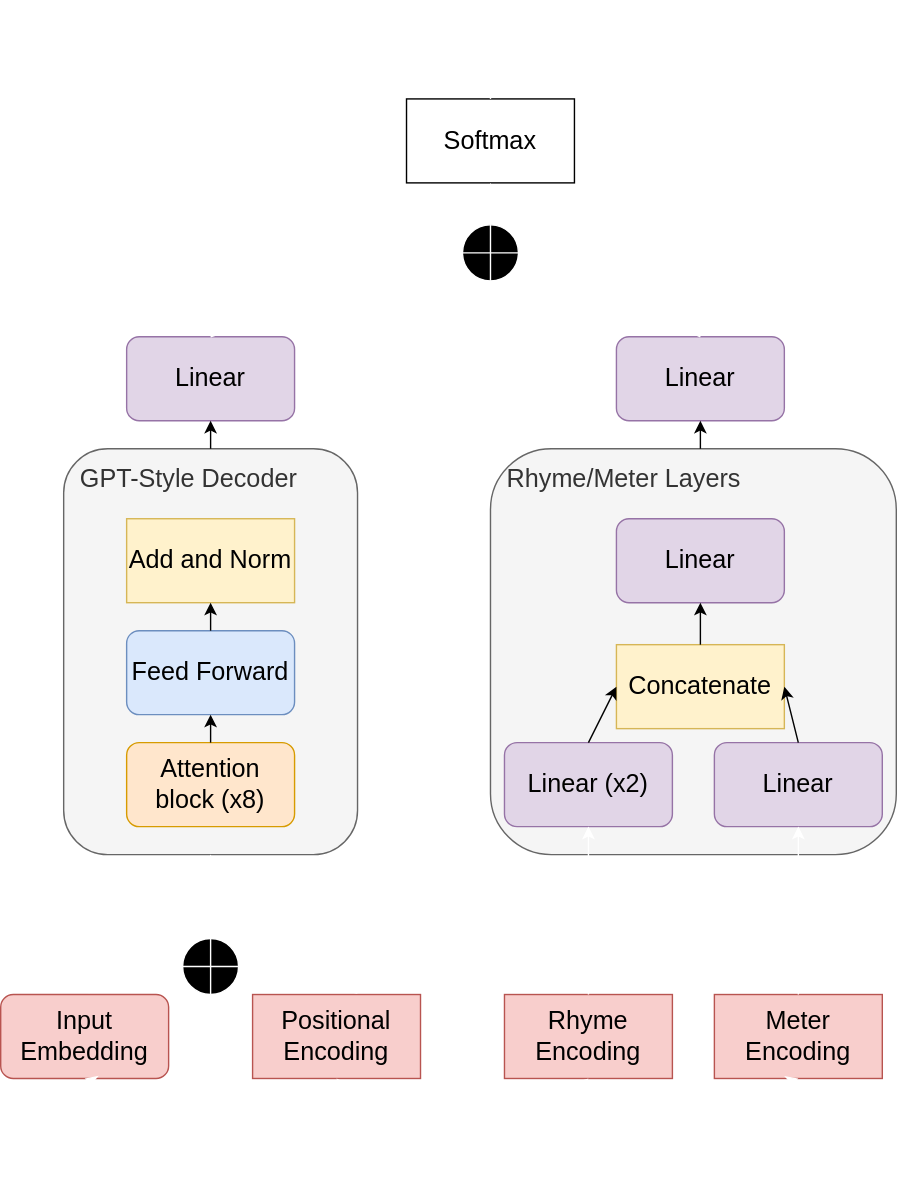
The draw.io diagram model-dark.svg in crackalamoo/bardgpt, before a commit. Source tidied: cells renumbered, new cells last; positions are measured from the earlier drawing's top-left corner, leaving out a move shared by most shapes.
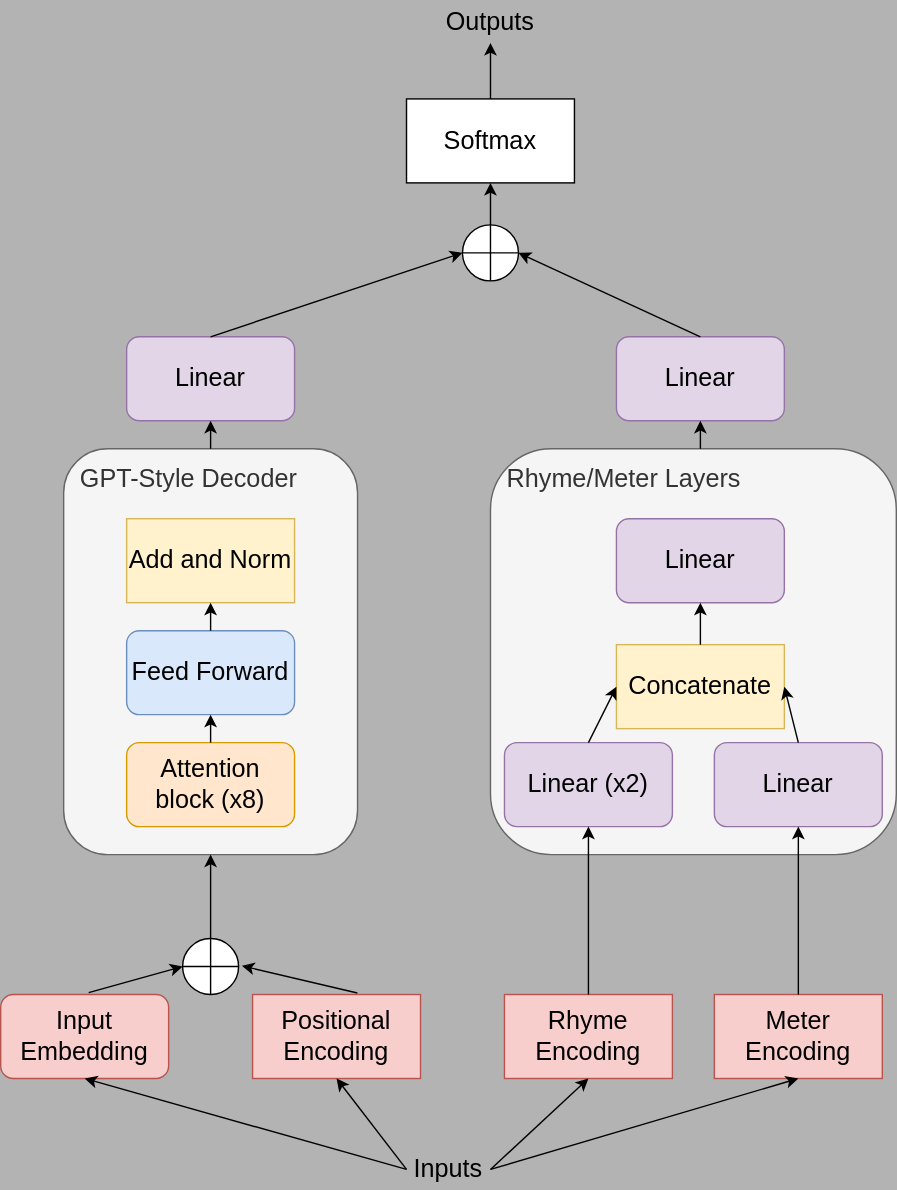
Later version of the same file.

Commit message:
change dark SVG background again

Diff of the diagram source:
```diff
@@ -1,4 +1,4 @@
-<mxGraphModel>
+<mxGraphModel background="#B3B3B3">
   <root>
     <mxCell id="0" />
     <mxCell id="1" parent="0" />
@@ -26,10 +26,10 @@
     <mxCell id="9" value="&lt;font style=&quot;font-size: 18px;&quot;&gt;Linear&lt;/font&gt;" style="rounded=1;whiteSpace=wrap;html=1;fillColor=#e1d5e7;strokeColor=#9673a6;" parent="1" vertex="1">
       <mxGeometry x="90" y="240" width="120" height="60" as="geometry" />
     </mxCell>
-    <mxCell id="10" style="shape=orEllipse;perimeter=ellipsePerimeter;whiteSpace=wrap;html=1;backgroundOutline=1;fillColor=#000000;strokeColor=#FFFFFF;" parent="1" vertex="1">
+    <mxCell id="10" style="shape=orEllipse;perimeter=ellipsePerimeter;whiteSpace=wrap;html=1;backgroundOutline=1;" parent="1" vertex="1">
       <mxGeometry x="130" y="670" width="40" height="40" as="geometry" />
     </mxCell>
-    <mxCell id="11" style="shape=orEllipse;perimeter=ellipsePerimeter;whiteSpace=wrap;html=1;backgroundOutline=1;fillColor=#000000;strokeColor=#FFFFFF;" parent="1" vertex="1">
+    <mxCell id="11" style="shape=orEllipse;perimeter=ellipsePerimeter;whiteSpace=wrap;html=1;backgroundOutline=1;" parent="1" vertex="1">
       <mxGeometry x="330" y="160" width="40" height="40" as="geometry" />
     </mxCell>
     <mxCell id="12" value="&lt;font style=&quot;font-size: 18px;&quot;&gt;Rhyme Encoding&lt;/font&gt;" style="rounded=0;whiteSpace=wrap;html=1;fillColor=#f8cecc;strokeColor=#b85450;" parent="1" vertex="1">
@@ -56,13 +56,13 @@
     <mxCell id="19" value="&lt;font style=&quot;font-size: 18px;&quot;&gt;Softmax&lt;/font&gt;" style="rounded=0;whiteSpace=wrap;html=1;" parent="1" vertex="1">
       <mxGeometry x="290" y="70" width="120" height="60" as="geometry" />
     </mxCell>
-    <mxCell id="20" style="endArrow=classic;html=1;rounded=0;entryX=0;entryY=0.5;entryDx=0;entryDy=0;exitX=0.524;exitY=-0.022;exitDx=0;exitDy=0;exitPerimeter=0;strokeColor=#FFFFFF;" parent="1" edge="1" source="4" target="10">
+    <mxCell id="20" style="endArrow=classic;html=1;rounded=0;entryX=0;entryY=0.5;entryDx=0;entryDy=0;exitX=0.524;exitY=-0.022;exitDx=0;exitDy=0;exitPerimeter=0;" parent="1" edge="1" source="4" target="10">
       <mxGeometry relative="1" as="geometry" />
     </mxCell>
-    <mxCell id="21" style="endArrow=classic;html=1;rounded=0;exitX=0.624;exitY=-0.018;exitDx=0;exitDy=0;exitPerimeter=0;entryX=1.058;entryY=0.487;entryDx=0;entryDy=0;entryPerimeter=0;strokeColor=#FFFFFF;" parent="1" edge="1" source="5" target="10">
+    <mxCell id="21" style="endArrow=classic;html=1;rounded=0;exitX=0.624;exitY=-0.018;exitDx=0;exitDy=0;exitPerimeter=0;entryX=1.058;entryY=0.487;entryDx=0;entryDy=0;entryPerimeter=0;" parent="1" edge="1" source="5" target="10">
       <mxGeometry relative="1" as="geometry" />
     </mxCell>
-    <mxCell id="22" style="endArrow=classic;html=1;rounded=0;exitX=0.5;exitY=0;exitDx=0;exitDy=0;entryX=0.5;entryY=1;entryDx=0;entryDy=0;strokeColor=#FFFFFF;" parent="1" edge="1" source="10" target="3">
+    <mxCell id="22" style="endArrow=classic;html=1;rounded=0;exitX=0.5;exitY=0;exitDx=0;exitDy=0;entryX=0.5;entryY=1;entryDx=0;entryDy=0;" parent="1" edge="1" source="10" target="3">
       <mxGeometry relative="1" as="geometry" />
     </mxCell>
     <mxCell id="23" style="endArrow=classic;html=1;rounded=0;exitX=0.5;exitY=0;exitDx=0;exitDy=0;entryX=0.5;entryY=1;entryDx=0;entryDy=0;" parent="1" edge="1" source="6" target="7">
@@ -74,10 +74,10 @@
     <mxCell id="25" style="endArrow=classic;html=1;rounded=0;exitX=0.5;exitY=0;exitDx=0;exitDy=0;entryX=0.5;entryY=1;entryDx=0;entryDy=0;" parent="1" edge="1" source="3" target="9">
       <mxGeometry relative="1" as="geometry" />
     </mxCell>
-    <mxCell id="26" style="endArrow=classic;html=1;rounded=0;exitX=0.5;exitY=0;exitDx=0;exitDy=0;entryX=0.5;entryY=1;entryDx=0;entryDy=0;strokeColor=#FFFFFF;" parent="1" edge="1" source="12" target="14">
+    <mxCell id="26" style="endArrow=classic;html=1;rounded=0;exitX=0.5;exitY=0;exitDx=0;exitDy=0;entryX=0.5;entryY=1;entryDx=0;entryDy=0;" parent="1" edge="1" source="12" target="14">
       <mxGeometry relative="1" as="geometry" />
     </mxCell>
-    <mxCell id="27" style="endArrow=classic;html=1;rounded=0;exitX=0.5;exitY=0;exitDx=0;exitDy=0;entryX=0.5;entryY=1;entryDx=0;entryDy=0;strokeColor=#FFFFFF;" parent="1" edge="1" source="13" target="15">
+    <mxCell id="27" style="endArrow=classic;html=1;rounded=0;exitX=0.5;exitY=0;exitDx=0;exitDy=0;entryX=0.5;entryY=1;entryDx=0;entryDy=0;" parent="1" edge="1" source="13" target="15">
       <mxGeometry relative="1" as="geometry" />
     </mxCell>
     <mxCell id="28" style="endArrow=classic;html=1;rounded=0;exitX=0.5;exitY=0;exitDx=0;exitDy=0;entryX=0;entryY=0.5;entryDx=0;entryDy=0;" parent="1" edge="1" source="14" target="16">
@@ -94,36 +94,36 @@
         <mxPoint x="500" y="320" as="sourcePoint" />
       </mxGeometry>
     </mxCell>
-    <mxCell id="32" style="endArrow=classic;html=1;rounded=0;exitX=0.5;exitY=0;exitDx=0;exitDy=0;entryX=0;entryY=0.5;entryDx=0;entryDy=0;strokeColor=#FFFFFF;" parent="1" edge="1" source="9" target="11">
+    <mxCell id="32" style="endArrow=classic;html=1;rounded=0;exitX=0.5;exitY=0;exitDx=0;exitDy=0;entryX=0;entryY=0.5;entryDx=0;entryDy=0;" parent="1" edge="1" source="9" target="11">
       <mxGeometry relative="1" as="geometry" />
     </mxCell>
-    <mxCell id="33" style="endArrow=classic;html=1;rounded=0;exitX=0.5;exitY=0;exitDx=0;exitDy=0;entryX=1;entryY=0.5;entryDx=0;entryDy=0;strokeColor=#FFFFFF;" parent="1" edge="1" source="18" target="11">
+    <mxCell id="33" style="endArrow=classic;html=1;rounded=0;exitX=0.5;exitY=0;exitDx=0;exitDy=0;entryX=1;entryY=0.5;entryDx=0;entryDy=0;" parent="1" edge="1" source="18" target="11">
       <mxGeometry relative="1" as="geometry" />
     </mxCell>
-    <mxCell id="34" style="endArrow=classic;html=1;rounded=0;exitX=0.5;exitY=0;exitDx=0;exitDy=0;entryX=0.5;entryY=1;entryDx=0;entryDy=0;strokeColor=#FFFFFF;" parent="1" edge="1" source="11" target="19">
+    <mxCell id="34" style="endArrow=classic;html=1;rounded=0;exitX=0.5;exitY=0;exitDx=0;exitDy=0;entryX=0.5;entryY=1;entryDx=0;entryDy=0;" parent="1" edge="1" source="11" target="19">
       <mxGeometry relative="1" as="geometry" />
     </mxCell>
-    <mxCell id="35" style="endArrow=classic;html=1;rounded=0;entryX=0.5;entryY=1;entryDx=0;entryDy=0;strokeColor=#FFFFFF;" parent="1" edge="1" target="36">
+    <mxCell id="35" style="endArrow=classic;html=1;rounded=0;entryX=0.5;entryY=1;entryDx=0;entryDy=0;" parent="1" edge="1" target="36">
       <mxGeometry relative="1" as="geometry">
         <mxPoint x="350" y="70" as="sourcePoint" />
       </mxGeometry>
     </mxCell>
-    <mxCell id="36" value="&lt;font style=&quot;font-size: 18px;&quot;&gt;Outputs&lt;/font&gt;" style="text;html=1;strokeColor=none;fillColor=none;align=center;verticalAlign=middle;whiteSpace=wrap;rounded=0;fontColor=#FFFFFF;" parent="1" vertex="1">
+    <mxCell id="36" value="&lt;font style=&quot;font-size: 18px;&quot;&gt;Outputs&lt;/font&gt;" style="text;html=1;strokeColor=none;fillColor=none;align=center;verticalAlign=middle;whiteSpace=wrap;rounded=0;" parent="1" vertex="1">
       <mxGeometry x="320" width="60" height="30" as="geometry" />
     </mxCell>
-    <mxCell id="37" value="&lt;font style=&quot;font-size: 18px;&quot;&gt;Inputs&lt;/font&gt;" style="text;html=1;strokeColor=none;fillColor=none;align=center;verticalAlign=middle;whiteSpace=wrap;rounded=0;fontColor=#FFFFFF;" parent="1" vertex="1">
+    <mxCell id="37" value="&lt;font style=&quot;font-size: 18px;&quot;&gt;Inputs&lt;/font&gt;" style="text;html=1;strokeColor=none;fillColor=none;align=center;verticalAlign=middle;whiteSpace=wrap;rounded=0;" parent="1" vertex="1">
       <mxGeometry x="290" y="820" width="60" height="30" as="geometry" />
     </mxCell>
-    <mxCell id="38" style="endArrow=classic;html=1;rounded=0;exitX=0;exitY=0.5;exitDx=0;exitDy=0;entryX=0.5;entryY=1;entryDx=0;entryDy=0;strokeColor=#FFFFFF;" parent="1" edge="1" source="37" target="4">
+    <mxCell id="38" style="endArrow=classic;html=1;rounded=0;exitX=0;exitY=0.5;exitDx=0;exitDy=0;entryX=0.5;entryY=1;entryDx=0;entryDy=0;" parent="1" edge="1" source="37" target="4">
       <mxGeometry relative="1" as="geometry" />
     </mxCell>
-    <mxCell id="39" style="endArrow=classic;html=1;rounded=0;exitX=0;exitY=0.5;exitDx=0;exitDy=0;entryX=0.5;entryY=1;entryDx=0;entryDy=0;strokeColor=#FFFFFF;" parent="1" edge="1" source="37" target="5">
+    <mxCell id="39" style="endArrow=classic;html=1;rounded=0;exitX=0;exitY=0.5;exitDx=0;exitDy=0;entryX=0.5;entryY=1;entryDx=0;entryDy=0;" parent="1" edge="1" source="37" target="5">
       <mxGeometry relative="1" as="geometry" />
     </mxCell>
-    <mxCell id="40" style="endArrow=classic;html=1;rounded=0;exitX=1;exitY=0.5;exitDx=0;exitDy=0;entryX=0.5;entryY=1;entryDx=0;entryDy=0;strokeColor=#FFFFFF;" parent="1" edge="1" source="37" target="12">
+    <mxCell id="40" style="endArrow=classic;html=1;rounded=0;exitX=1;exitY=0.5;exitDx=0;exitDy=0;entryX=0.5;entryY=1;entryDx=0;entryDy=0;" parent="1" edge="1" source="37" target="12">
       <mxGeometry relative="1" as="geometry" />
     </mxCell>
-    <mxCell id="41" style="endArrow=classic;html=1;rounded=0;exitX=1;exitY=0.5;exitDx=0;exitDy=0;entryX=0.5;entryY=1;entryDx=0;entryDy=0;strokeColor=#FFFFFF;" parent="1" edge="1" source="37" target="13">
+    <mxCell id="41" style="endArrow=classic;html=1;rounded=0;exitX=1;exitY=0.5;exitDx=0;exitDy=0;entryX=0.5;entryY=1;entryDx=0;entryDy=0;" parent="1" edge="1" source="37" target="13">
       <mxGeometry relative="1" as="geometry" />
     </mxCell>
   </root>
```
